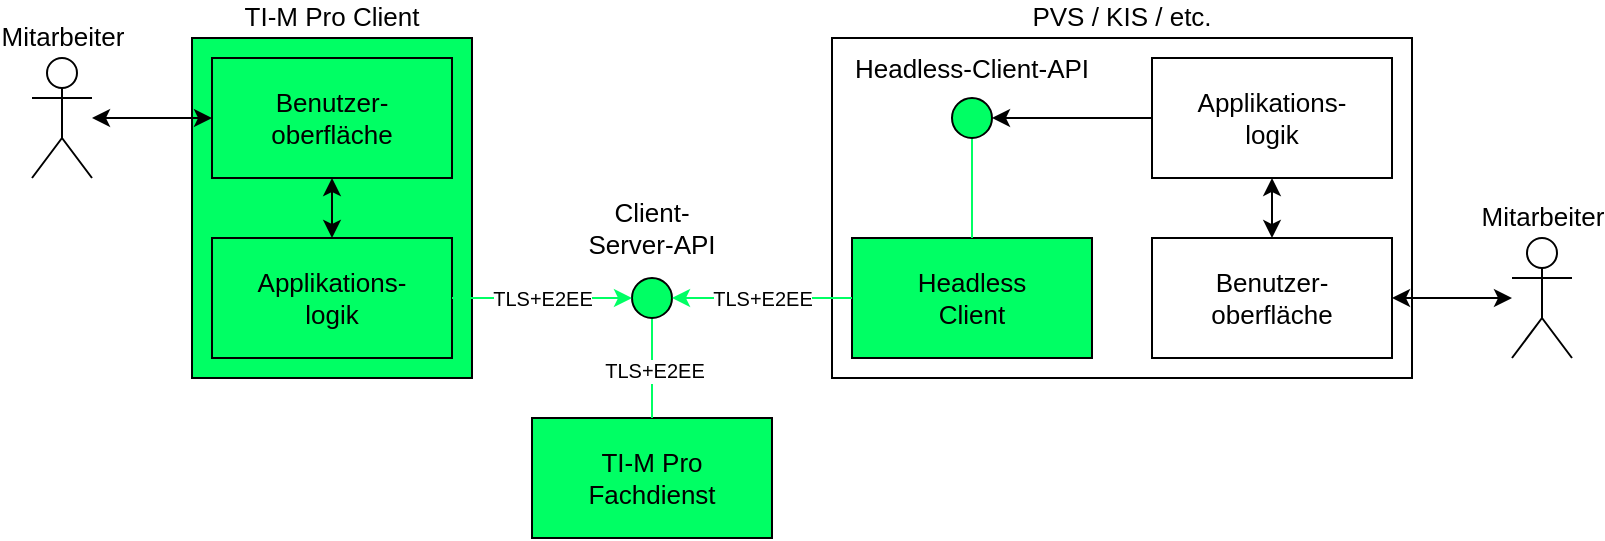
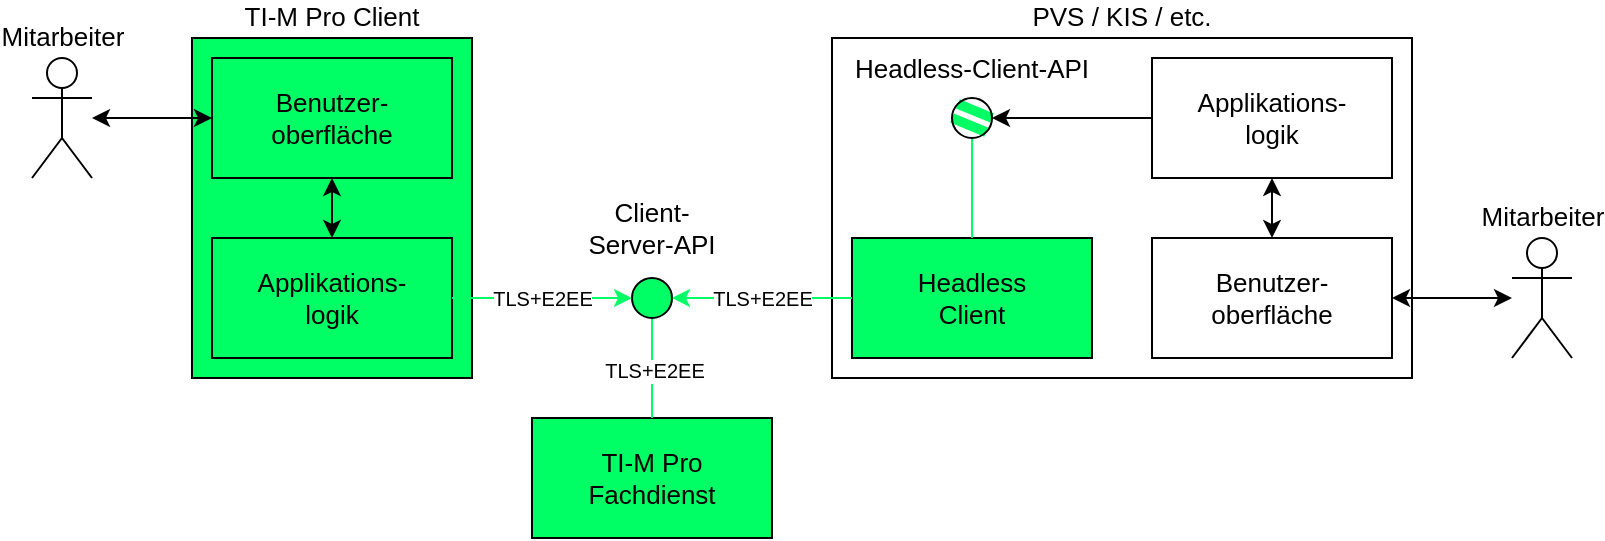
- <mxfile host="Electron" agent="Mozilla/5.0 (Macintosh; Intel Mac OS X 10_15_7) AppleWebKit/537.36 (KHTML, like Gecko) draw.io/29.3.0 Chrome/140.0.7339.249 Electron/38.7.2 Safari/537.36" version="29.3.0">
+ <mxfile host="Electron" agent="Mozilla/5.0 (Macintosh; Intel Mac OS X 10_15_7) AppleWebKit/537.36 (KHTML, like Gecko) draw.io/29.5.2 Chrome/142.0.7444.265 Electron/39.6.1 Safari/537.36" version="29.5.2">
  <diagram name="Page-1" id="JxrCaE_EeB_qr6ey8vhn">
-     <mxGraphModel dx="1018" dy="744" grid="1" gridSize="10" guides="1" tooltips="1" connect="1" arrows="1" fold="1" page="1" pageScale="1" pageWidth="827" pageHeight="1169" math="0" shadow="0">
+     <mxGraphModel dx="848" dy="620" grid="1" gridSize="10" guides="1" tooltips="1" connect="1" arrows="1" fold="1" page="1" pageScale="1" pageWidth="827" pageHeight="1169" math="0" shadow="0">
      <root>
        <mxCell id="0" />
        <mxCell id="1" parent="0" />
        <mxCell id="Xpv7qoTpaxrMEMCDT0tX-31" parent="1" style="rounded=0;whiteSpace=wrap;html=1;fillColor=#00FF64;strokeColor=#000000;fontSize=13;" value="TI-M Pro&lt;div&gt;Fachdienst&lt;/div&gt;" vertex="1">
          <mxGeometry height="60" width="120" x="380" y="980" as="geometry" />
        </mxCell>
        <mxCell id="Xpv7qoTpaxrMEMCDT0tX-32" edge="1" parent="1" source="Xpv7qoTpaxrMEMCDT0tX-31" style="endArrow=none;html=1;rounded=0;exitX=0.5;exitY=0;exitDx=0;exitDy=0;endFill=0;entryX=0.5;entryY=1;entryDx=0;entryDy=0;fillColor=#e1d5e7;strokeColor=#00FF64;" target="Xpv7qoTpaxrMEMCDT0tX-39" value="">
          <mxGeometry height="50" relative="1" width="50" as="geometry">
            <mxPoint x="449.5" y="1010" as="sourcePoint" />
            <mxPoint x="460" y="960" as="targetPoint" />
          </mxGeometry>
        </mxCell>
        <mxCell id="Xpv7qoTpaxrMEMCDT0tX-107" connectable="0" parent="Xpv7qoTpaxrMEMCDT0tX-32" style="edgeLabel;html=1;align=center;verticalAlign=middle;resizable=0;points=[];horizontal=1;labelPosition=center;verticalLabelPosition=middle;fontSize=10;" value="TLS+E2EE" vertex="1">
          <mxGeometry relative="1" x="-0.0429" y="-1" as="geometry">
            <mxPoint as="offset" />
          </mxGeometry>
        </mxCell>
        <mxCell id="Xpv7qoTpaxrMEMCDT0tX-33" parent="1" style="text;html=1;whiteSpace=wrap;strokeColor=none;fillColor=none;align=center;verticalAlign=middle;rounded=0;fontSize=13;" value="Client-Server-API" vertex="1">
          <mxGeometry height="30" width="70" x="405" y="870" as="geometry" />
        </mxCell>
        <mxCell id="Xpv7qoTpaxrMEMCDT0tX-35" parent="1" style="rounded=0;whiteSpace=wrap;html=1;fillColor=#00FF64;strokeColor=#000000;verticalAlign=bottom;fontStyle=0;labelPosition=center;verticalLabelPosition=top;align=center;fontSize=13;" value="TI-M Pro&amp;nbsp;&lt;span style=&quot;background-color: transparent; color: light-dark(rgb(0, 0, 0), rgb(255, 255, 255));&quot;&gt;Client&lt;/span&gt;" vertex="1">
          <mxGeometry height="170" width="140" x="210" y="790" as="geometry" />
        </mxCell>
        <mxCell id="Xpv7qoTpaxrMEMCDT0tX-39" parent="1" style="ellipse;whiteSpace=wrap;html=1;aspect=fixed;fillColor=#00FF64;strokeColor=#000000;fontSize=13;" value="" vertex="1">
          <mxGeometry height="20" width="20" x="430" y="910" as="geometry" />
        </mxCell>
        <mxCell id="Xpv7qoTpaxrMEMCDT0tX-40" parent="1" style="shape=umlActor;verticalLabelPosition=top;verticalAlign=bottom;html=1;outlineConnect=0;labelPosition=center;align=center;fontSize=13;" value="Mitarbeiter" vertex="1">
          <mxGeometry height="60" width="30" x="130" y="800" as="geometry" />
        </mxCell>
        <mxCell id="Xpv7qoTpaxrMEMCDT0tX-41" edge="1" parent="1" source="wK5yh5TK6hXDZH_PQgzs-29" style="endArrow=classic;startArrow=classic;html=1;rounded=0;exitX=0;exitY=0.5;exitDx=0;exitDy=0;fontSize=13;" target="Xpv7qoTpaxrMEMCDT0tX-40" value="">
          <mxGeometry height="50" relative="1" width="50" as="geometry">
            <mxPoint x="420" y="860" as="sourcePoint" />
            <mxPoint x="470" y="810" as="targetPoint" />
          </mxGeometry>
        </mxCell>
        <mxCell id="Xpv7qoTpaxrMEMCDT0tX-45" parent="1" style="rounded=0;whiteSpace=wrap;html=1;labelPosition=center;verticalLabelPosition=top;align=center;verticalAlign=bottom;fontStyle=0;fontSize=13;" value="PVS / KIS / etc." vertex="1">
          <mxGeometry height="170" width="290" x="530" y="790" as="geometry" />
        </mxCell>
        <mxCell id="Xpv7qoTpaxrMEMCDT0tX-55" parent="1" style="text;html=1;whiteSpace=wrap;strokeColor=none;fillColor=none;align=center;verticalAlign=middle;rounded=0;fontSize=13;" value="Headless-&lt;span style=&quot;background-color: transparent; color: light-dark(rgb(0, 0, 0), rgb(255, 255, 255));&quot;&gt;Client-API&lt;/span&gt;" vertex="1">
          <mxGeometry height="30" width="127.5" x="536.25" y="790" as="geometry" />
        </mxCell>
        <mxCell id="Xpv7qoTpaxrMEMCDT0tX-57" parent="1" style="shape=umlActor;verticalLabelPosition=top;verticalAlign=bottom;html=1;outlineConnect=0;labelPosition=center;align=center;fontSize=13;" value="Mitarbeiter" vertex="1">
          <mxGeometry height="60" width="30" x="870" y="890" as="geometry" />
        </mxCell>
        <mxCell id="Xpv7qoTpaxrMEMCDT0tX-59" edge="1" parent="1" source="wK5yh5TK6hXDZH_PQgzs-21" style="endArrow=classic;startArrow=classic;html=1;rounded=0;exitX=1;exitY=0.5;exitDx=0;exitDy=0;fontSize=13;" target="Xpv7qoTpaxrMEMCDT0tX-57" value="">
          <mxGeometry height="50" relative="1" width="50" as="geometry">
            <mxPoint x="380" y="1030" as="sourcePoint" />
            <mxPoint x="430" y="980" as="targetPoint" />
          </mxGeometry>
        </mxCell>
        <mxCell id="Xpv7qoTpaxrMEMCDT0tX-34" parent="1" style="rounded=0;whiteSpace=wrap;html=1;fillColor=#00FF64;strokeColor=#000000;fontSize=13;" value="Headless&lt;div&gt;Client&lt;/div&gt;" vertex="1">
          <mxGeometry height="60" width="120" x="540" y="890" as="geometry" />
        </mxCell>
        <mxCell id="wK5yh5TK6hXDZH_PQgzs-20" edge="1" parent="1" source="wK5yh5TK6hXDZH_PQgzs-26" style="endArrow=none;startArrow=classic;html=1;rounded=0;exitX=1;exitY=0.5;exitDx=0;exitDy=0;endFill=0;fontSize=13;" target="wK5yh5TK6hXDZH_PQgzs-19" value="">
          <mxGeometry height="50" relative="1" width="50" as="geometry">
            <mxPoint x="419.6592582628907" y="907.4118095489748" as="sourcePoint" />
            <mxPoint x="820" y="999" as="targetPoint" />
          </mxGeometry>
        </mxCell>
        <mxCell id="wK5yh5TK6hXDZH_PQgzs-19" parent="1" style="rounded=0;whiteSpace=wrap;html=1;fontSize=13;" value="Applikations-&lt;div&gt;logik&lt;/div&gt;" vertex="1">
          <mxGeometry height="60" width="120" x="690" y="800" as="geometry" />
        </mxCell>
        <mxCell id="wK5yh5TK6hXDZH_PQgzs-21" parent="1" style="rounded=0;whiteSpace=wrap;html=1;fontSize=13;" value="Benutzer-&lt;div&gt;oberfläche&lt;/div&gt;" vertex="1">
          <mxGeometry height="60" width="120" x="690" y="890" as="geometry" />
        </mxCell>
        <mxCell id="wK5yh5TK6hXDZH_PQgzs-22" edge="1" parent="1" source="wK5yh5TK6hXDZH_PQgzs-19" style="endArrow=classic;startArrow=classic;html=1;rounded=0;exitX=0.5;exitY=1;exitDx=0;exitDy=0;entryX=0.5;entryY=0;entryDx=0;entryDy=0;fontSize=13;" target="wK5yh5TK6hXDZH_PQgzs-21" value="">
          <mxGeometry height="50" relative="1" width="50" as="geometry">
            <mxPoint x="870" y="980" as="sourcePoint" />
            <mxPoint x="920" y="930" as="targetPoint" />
          </mxGeometry>
        </mxCell>
        <mxCell id="wK5yh5TK6hXDZH_PQgzs-25" edge="1" parent="1" source="wK5yh5TK6hXDZH_PQgzs-26" style="endArrow=none;html=1;rounded=0;exitX=0.5;exitY=1;exitDx=0;exitDy=0;fillColor=#e1d5e7;strokeColor=#00FF64;entryX=0.5;entryY=0;entryDx=0;entryDy=0;fontSize=13;" target="Xpv7qoTpaxrMEMCDT0tX-34" value="">
          <mxGeometry height="50" relative="1" width="50" as="geometry">
            <mxPoint x="460" y="900" as="sourcePoint" />
            <mxPoint x="540" y="820" as="targetPoint" />
          </mxGeometry>
        </mxCell>
-         <mxCell id="wK5yh5TK6hXDZH_PQgzs-26" parent="1" style="ellipse;whiteSpace=wrap;html=1;aspect=fixed;fillColor=#00FF64;strokeColor=#000000;fontSize=13;" value="" vertex="1">
-           <mxGeometry height="20" width="20" x="590" y="820" as="geometry" />
-         </mxCell>
        <mxCell id="Xpv7qoTpaxrMEMCDT0tX-37" edge="1" parent="1" source="Xpv7qoTpaxrMEMCDT0tX-34" style="endArrow=classic;html=1;rounded=0;entryX=1;entryY=0.5;entryDx=0;entryDy=0;exitX=0;exitY=0.5;exitDx=0;exitDy=0;fontSize=10;labelPosition=center;verticalLabelPosition=middle;align=center;verticalAlign=middle;fillColor=#e1d5e7;strokeColor=#00FF64;" target="Xpv7qoTpaxrMEMCDT0tX-39" value="TLS+E2EE">
          <mxGeometry height="50" relative="1" width="50" as="geometry">
            <mxPoint x="530" y="900" as="sourcePoint" />
            <mxPoint x="460" y="930" as="targetPoint" />
          </mxGeometry>
        </mxCell>
        <mxCell id="wK5yh5TK6hXDZH_PQgzs-28" parent="1" style="rounded=0;whiteSpace=wrap;html=1;fillColor=#00FF64;strokeColor=#000000;fontSize=13;" value="Applikations-&lt;div&gt;logik&lt;/div&gt;" vertex="1">
          <mxGeometry height="60" width="120" x="220" y="890" as="geometry" />
        </mxCell>
        <mxCell id="wK5yh5TK6hXDZH_PQgzs-29" parent="1" style="rounded=0;whiteSpace=wrap;html=1;fillColor=#00FF64;strokeColor=#000000;fontSize=13;" value="Benutzer-&lt;div&gt;oberfläche&lt;/div&gt;" vertex="1">
          <mxGeometry height="60" width="120" x="220" y="800" as="geometry" />
        </mxCell>
        <mxCell id="wK5yh5TK6hXDZH_PQgzs-30" edge="1" parent="1" source="wK5yh5TK6hXDZH_PQgzs-28" style="endArrow=classic;startArrow=classic;html=1;rounded=0;entryX=0.5;entryY=1;entryDx=0;entryDy=0;exitX=0.5;exitY=0;exitDx=0;exitDy=0;fontSize=13;" target="wK5yh5TK6hXDZH_PQgzs-29" value="">
          <mxGeometry height="50" relative="1" width="50" as="geometry">
            <mxPoint x="430" y="880" as="sourcePoint" />
            <mxPoint x="480" y="830" as="targetPoint" />
          </mxGeometry>
        </mxCell>
+         <mxCell id="A9oqwnsdiZcHIlNp2Coo-2" edge="1" parent="1" source="wK5yh5TK6hXDZH_PQgzs-26" style="endArrow=none;html=1;rounded=0;exitX=1;exitY=1;exitDx=0;exitDy=0;entryX=0;entryY=0.5;entryDx=0;entryDy=0;strokeColor=#00FF64;strokeWidth=5;" target="wK5yh5TK6hXDZH_PQgzs-26" value="">
+           <mxGeometry height="50" relative="1" width="50" as="geometry">
+             <mxPoint x="450" y="830" as="sourcePoint" />
+             <mxPoint x="500" y="780" as="targetPoint" />
+           </mxGeometry>
+         </mxCell>
        <mxCell id="wK5yh5TK6hXDZH_PQgzs-31" edge="1" parent="1" source="wK5yh5TK6hXDZH_PQgzs-28" style="endArrow=classic;html=1;rounded=0;entryX=0;entryY=0.5;entryDx=0;entryDy=0;exitX=1;exitY=0.5;exitDx=0;exitDy=0;fontSize=10;labelPosition=center;verticalLabelPosition=middle;align=center;verticalAlign=middle;fillColor=#e1d5e7;strokeColor=#00FF64;" target="Xpv7qoTpaxrMEMCDT0tX-39" value="TLS+E2EE">
          <mxGeometry height="50" relative="1" width="50" as="geometry">
            <mxPoint x="550" y="920" as="sourcePoint" />
            <mxPoint x="460" y="920" as="targetPoint" />
          </mxGeometry>
        </mxCell>
+         <mxCell id="A9oqwnsdiZcHIlNp2Coo-3" edge="1" parent="1" source="wK5yh5TK6hXDZH_PQgzs-26" style="endArrow=none;html=1;rounded=0;exitX=1;exitY=0.5;exitDx=0;exitDy=0;entryX=0;entryY=0;entryDx=0;entryDy=0;strokeColor=#00FF64;strokeWidth=5;" target="wK5yh5TK6hXDZH_PQgzs-26" value="">
+           <mxGeometry height="50" relative="1" width="50" as="geometry">
+             <mxPoint x="450" y="830" as="sourcePoint" />
+             <mxPoint x="500" y="780" as="targetPoint" />
+           </mxGeometry>
+         </mxCell>
+         <mxCell id="wK5yh5TK6hXDZH_PQgzs-26" parent="1" style="ellipse;whiteSpace=wrap;html=1;aspect=fixed;fillColor=none;strokeColor=#000000;fontSize=13;gradientColor=#FFFFFF;gradientDirection=east;" value="" vertex="1">
+           <mxGeometry height="20" width="20" x="590" y="820" as="geometry" />
+         </mxCell>
      </root>
    </mxGraphModel>
  </diagram>
</mxfile>
